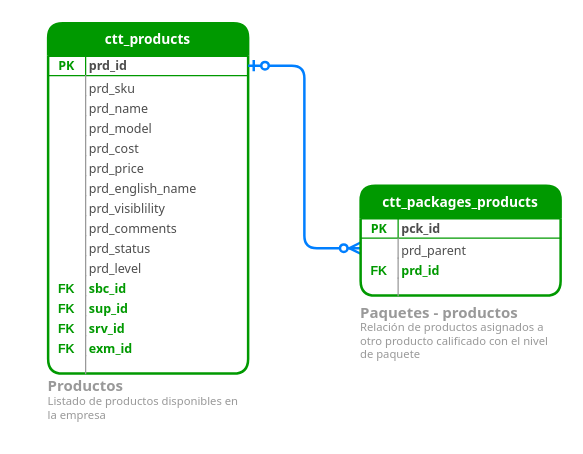
The draw.io diagram page "Paquetes" (5 of 5) of _desarrollo/archivos_info/CTTRentals entidad relacion.drawio in juarezjorr/TesteoCire, before the edit. Source tidied: cells renumbered, new cells numbered last; positions are measured from the earlier drawing's top-left corner, leaving out a move shared by most shapes. Both pictures are drawn from the tidied source at 125%, with x=0, y=0 at pixel (48, 22).
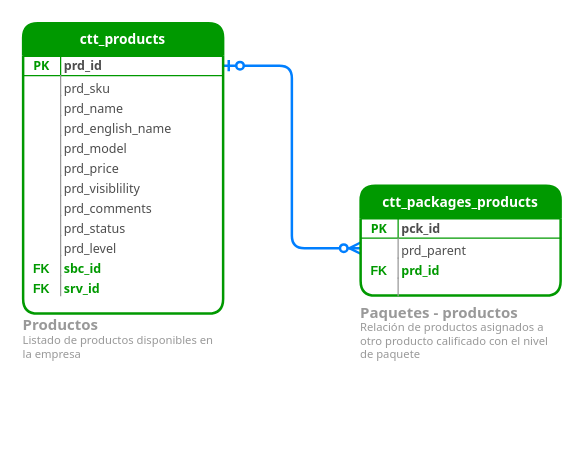
After the change.

Diff of the diagram source:
```diff
@@
-    <mxCell id="2" style="group;" parent="1" vertex="1">
-      <mxGeometry width="160" height="322.3" as="geometry" />
-    </mxCell>
-    <mxCell id="3" value="ctt_products" style="swimlane;fontStyle=1;horizontal=1;startSize=26;swimlaneFillColor=#ffffff;align=center;fontSize=11;strokeWidth=2;rounded=1;fontColor=#FFFFFF;fontFamily=Tahoma;fillColor=#009900;strokeColor=#009900;" parent="2" vertex="1">
-      <mxGeometry width="160" height="280.3" as="geometry" />
-    </mxCell>
-    <mxCell id="4" value="prd_id" style="shape=partialRectangle;top=0;left=0;right=0;bottom=1;align=left;verticalAlign=middle;fillColor=none;spacingLeft=33;spacingRight=0;overflow=hidden;points=[[0,0.5],[1,0.5]];portConstraint=eastwest;fontStyle=1;fontSize=10;fontFamily=Tahoma;strokeColor=#009900;spacing=0;fontColor=#4D4D4D;" parent="3" vertex="1">
-      <mxGeometry y="26" width="160" height="16" as="geometry" />
-    </mxCell>
-    <mxCell id="5" value="PK" style="shape=partialRectangle;top=0;left=0;bottom=0;fillColor=none;align=center;verticalAlign=middle;spacingLeft=0;spacingRight=0;overflow=hidden;fontSize=10;fontFamily=Tahoma;fontStyle=1;strokeColor=#009900;fontColor=#009900;spacing=0;" parent="4" vertex="1">
-      <mxGeometry width="30" height="16" as="geometry" />
-    </mxCell>
-    <mxCell id="6" value="prd_sku" style="shape=partialRectangle;top=0;left=0;right=0;bottom=0;align=left;verticalAlign=top;fillColor=none;spacingLeft=33;spacingRight=0;overflow=hidden;fontSize=10;fontFamily=Tahoma;spacing=0;dashed=1;strokeColor=#80A9E3;fontColor=#4D4D4D;" parent="3" vertex="1">
-      <mxGeometry y="42" width="160" height="16" as="geometry" />
-    </mxCell>
-    <mxCell id="7" style="shape=partialRectangle;top=0;left=0;bottom=0;fillColor=none;align=left;verticalAlign=top;spacingLeft=4;spacingRight=4;overflow=hidden;fontSize=12;strokeColor=#999999;" parent="6" vertex="1">
-      <mxGeometry width="30" height="16" as="geometry" />
-    </mxCell>
-    <mxCell id="8" value="prd_name" style="shape=partialRectangle;top=0;left=0;right=0;bottom=0;align=left;verticalAlign=top;fillColor=none;spacingLeft=33;spacingRight=0;overflow=hidden;fontSize=10;fontFamily=Tahoma;spacing=0;dashed=1;strokeColor=#80A9E3;fontColor=#4D4D4D;" parent="3" vertex="1">
-      <mxGeometry y="58" width="160" height="16" as="geometry" />
-    </mxCell>
-    <mxCell id="9" style="shape=partialRectangle;top=0;left=0;bottom=0;fillColor=none;align=left;verticalAlign=top;spacingLeft=4;spacingRight=4;overflow=hidden;fontSize=12;strokeColor=#999999;" parent="8" vertex="1">
-      <mxGeometry width="30" height="16" as="geometry" />
-    </mxCell>
-    <mxCell id="10" value="prd_model" style="shape=partialRectangle;top=0;left=0;right=0;bottom=0;align=left;verticalAlign=top;fillColor=none;spacingLeft=33;spacingRight=0;overflow=hidden;fontSize=10;fontFamily=Tahoma;spacing=0;dashed=1;strokeColor=#80A9E3;fontColor=#4D4D4D;" parent="3" vertex="1">
-      <mxGeometry y="74" width="160" height="16" as="geometry" />
-    </mxCell>
-    <mxCell id="11" style="shape=partialRectangle;top=0;left=0;bottom=0;fillColor=none;align=left;verticalAlign=top;spacingLeft=4;spacingRight=4;overflow=hidden;fontSize=12;strokeColor=#999999;" parent="10" vertex="1">
-      <mxGeometry width="30" height="16" as="geometry" />
-    </mxCell>
-    <mxCell id="12" value="prd_cost" style="shape=partialRectangle;top=0;left=0;right=0;bottom=0;align=left;verticalAlign=top;fillColor=none;spacingLeft=33;spacingRight=0;overflow=hidden;fontSize=10;fontFamily=Tahoma;spacing=0;dashed=1;strokeColor=#80A9E3;fontColor=#4D4D4D;" parent="3" vertex="1">
-      <mxGeometry y="90" width="160" height="16" as="geometry" />
-    </mxCell>
-    <mxCell id="13" style="shape=partialRectangle;top=0;left=0;bottom=0;fillColor=none;align=left;verticalAlign=top;spacingLeft=4;spacingRight=4;overflow=hidden;fontSize=12;strokeColor=#999999;" parent="12" vertex="1">
-      <mxGeometry width="30" height="16" as="geometry" />
-    </mxCell>
-    <mxCell id="14" value="prd_price" style="shape=partialRectangle;top=0;left=0;right=0;bottom=0;align=left;verticalAlign=top;fillColor=none;spacingLeft=33;spacingRight=0;overflow=hidden;fontSize=10;fontFamily=Tahoma;spacing=0;dashed=1;strokeColor=#80A9E3;fontColor=#4D4D4D;" parent="3" vertex="1">
-      <mxGeometry y="106" width="160" height="16" as="geometry" />
-    </mxCell>
-    <mxCell id="15" style="shape=partialRectangle;top=0;left=0;bottom=0;fillColor=none;align=left;verticalAlign=top;spacingLeft=4;spacingRight=4;overflow=hidden;fontSize=12;strokeColor=#999999;" parent="14" vertex="1">
-      <mxGeometry width="30" height="16" as="geometry" />
-    </mxCell>
-    <mxCell id="16" value="prd_english_name" style="shape=partialRectangle;top=0;left=0;right=0;bottom=0;align=left;verticalAlign=top;fillColor=none;spacingLeft=33;spacingRight=0;overflow=hidden;fontSize=10;fontFamily=Tahoma;spacing=0;dashed=1;strokeColor=#80A9E3;fontColor=#4D4D4D;" parent="3" vertex="1">
-      <mxGeometry y="122" width="160" height="16" as="geometry" />
-    </mxCell>
-    <mxCell id="17" style="shape=partialRectangle;top=0;left=0;bottom=0;fillColor=none;align=left;verticalAlign=top;spacingLeft=4;spacingRight=4;overflow=hidden;fontSize=12;strokeColor=#999999;" parent="16" vertex="1">
-      <mxGeometry width="30" height="16" as="geometry" />
-    </mxCell>
-    <mxCell id="18" value="prd_visiblility" style="shape=partialRectangle;top=0;left=0;right=0;bottom=0;align=left;verticalAlign=top;fillColor=none;spacingLeft=33;spacingRight=0;overflow=hidden;fontSize=10;fontFamily=Tahoma;spacing=0;dashed=1;strokeColor=#80A9E3;fontColor=#4D4D4D;" parent="3" vertex="1">
-      <mxGeometry y="138" width="160" height="16" as="geometry" />
-    </mxCell>
-    <mxCell id="19" style="shape=partialRectangle;top=0;left=0;bottom=0;fillColor=none;align=left;verticalAlign=top;spacingLeft=4;spacingRight=4;overflow=hidden;fontSize=12;strokeColor=#999999;" parent="18" vertex="1">
-      <mxGeometry width="30" height="16" as="geometry" />
-    </mxCell>
-    <mxCell id="20" value="prd_comments" style="shape=partialRectangle;top=0;left=0;right=0;bottom=0;align=left;verticalAlign=top;fillColor=none;spacingLeft=33;spacingRight=0;overflow=hidden;fontSize=10;fontFamily=Tahoma;spacing=0;dashed=1;strokeColor=#80A9E3;fontColor=#4D4D4D;" parent="3" vertex="1">
-      <mxGeometry y="154" width="160" height="16" as="geometry" />
-    </mxCell>
-    <mxCell id="21" style="shape=partialRectangle;top=0;left=0;bottom=0;fillColor=none;align=left;verticalAlign=top;spacingLeft=4;spacingRight=4;overflow=hidden;fontSize=12;strokeColor=#999999;" parent="20" vertex="1">
-      <mxGeometry width="30" height="16" as="geometry" />
-    </mxCell>
-    <mxCell id="22" value="prd_status" style="shape=partialRectangle;top=0;left=0;right=0;bottom=0;align=left;verticalAlign=top;fillColor=none;spacingLeft=33;spacingRight=0;overflow=hidden;fontSize=10;fontFamily=Tahoma;spacing=0;dashed=1;strokeColor=#80A9E3;fontColor=#4D4D4D;" parent="3" vertex="1">
-      <mxGeometry y="170" width="160" height="16" as="geometry" />
-    </mxCell>
-    <mxCell id="23" style="shape=partialRectangle;top=0;left=0;bottom=0;fillColor=none;align=left;verticalAlign=top;spacingLeft=4;spacingRight=4;overflow=hidden;fontSize=12;strokeColor=#999999;" parent="22" vertex="1">
-      <mxGeometry width="30" height="16" as="geometry" />
-    </mxCell>
-    <mxCell id="24" value="prd_level" style="shape=partialRectangle;top=0;left=0;right=0;bottom=0;align=left;verticalAlign=top;fillColor=none;spacingLeft=33;spacingRight=0;overflow=hidden;fontSize=10;fontFamily=Tahoma;spacing=0;dashed=1;strokeColor=#80A9E3;fontColor=#4D4D4D;" parent="3" vertex="1">
-      <mxGeometry y="186" width="160" height="16" as="geometry" />
-    </mxCell>
-    <mxCell id="25" style="shape=partialRectangle;top=0;left=0;bottom=0;fillColor=none;align=left;verticalAlign=top;spacingLeft=4;spacingRight=4;overflow=hidden;fontSize=12;strokeColor=#999999;" parent="24" vertex="1">
-      <mxGeometry width="30" height="16" as="geometry" />
-    </mxCell>
-    <mxCell id="26" value="sbc_id" style="shape=partialRectangle;top=0;left=0;right=0;bottom=0;align=left;verticalAlign=top;fillColor=none;spacingLeft=33;spacingRight=0;overflow=hidden;fontSize=10;fontFamily=Tahoma;spacing=0;fontStyle=1;fontColor=#009900;" parent="3" vertex="1">
-      <mxGeometry y="202" width="160" height="16" as="geometry" />
-    </mxCell>
-    <mxCell id="27" value="FK" style="shape=partialRectangle;top=0;left=0;bottom=0;fillColor=none;align=center;verticalAlign=top;spacingLeft=0;spacingRight=0;overflow=hidden;fontSize=10;fontStyle=1;strokeColor=#999999;fontColor=#009900;spacing=0;" parent="26" vertex="1">
-      <mxGeometry width="30" height="16" as="geometry" />
-    </mxCell>
-    <mxCell id="28" value="sup_id" style="shape=partialRectangle;top=0;left=0;right=0;bottom=0;align=left;verticalAlign=top;fillColor=none;spacingLeft=33;spacingRight=0;overflow=hidden;fontSize=10;fontFamily=Tahoma;spacing=0;fontStyle=1;fontColor=#009900;" parent="3" vertex="1">
-      <mxGeometry y="218" width="160" height="16" as="geometry" />
-    </mxCell>
-    <mxCell id="29" value="FK" style="shape=partialRectangle;top=0;left=0;bottom=0;fillColor=none;align=center;verticalAlign=top;spacingLeft=0;spacingRight=0;overflow=hidden;fontSize=10;fontStyle=1;strokeColor=#999999;fontColor=#009900;spacing=0;" parent="28" vertex="1">
-      <mxGeometry width="30" height="16" as="geometry" />
-    </mxCell>
-    <mxCell id="30" value="srv_id" style="shape=partialRectangle;top=0;left=0;right=0;bottom=0;align=left;verticalAlign=top;fillColor=none;spacingLeft=33;spacingRight=0;overflow=hidden;fontSize=10;fontFamily=Tahoma;spacing=0;fontStyle=1;fontColor=#009900;" parent="3" vertex="1">
-      <mxGeometry y="234" width="160" height="16" as="geometry" />
-    </mxCell>
-    <mxCell id="31" value="FK" style="shape=partialRectangle;top=0;left=0;bottom=0;fillColor=none;align=center;verticalAlign=top;spacingLeft=0;spacingRight=0;overflow=hidden;fontSize=10;fontStyle=1;strokeColor=#999999;fontColor=#009900;spacing=0;" parent="30" vertex="1">
-      <mxGeometry width="30" height="16" as="geometry" />
-    </mxCell>
-    <mxCell id="32" value="exm_id" style="shape=partialRectangle;top=0;left=0;right=0;bottom=0;align=left;verticalAlign=top;fillColor=none;spacingLeft=33;spacingRight=0;overflow=hidden;fontSize=10;fontFamily=Tahoma;spacing=0;fontStyle=1;fontColor=#009900;" parent="3" vertex="1">
-      <mxGeometry y="250" width="160" height="16" as="geometry" />
-    </mxCell>
-    <mxCell id="33" value="FK" style="shape=partialRectangle;top=0;left=0;bottom=0;fillColor=none;align=center;verticalAlign=top;spacingLeft=0;spacingRight=0;overflow=hidden;fontSize=10;fontStyle=1;strokeColor=#999999;fontColor=#009900;spacing=0;" parent="32" vertex="1">
-      <mxGeometry width="30" height="16" as="geometry" />
-    </mxCell>
-    <mxCell id="34" style="shape=partialRectangle;top=0;left=0;right=0;bottom=0;align=left;verticalAlign=top;fillColor=none;spacingLeft=33;spacingRight=3;overflow=hidden;fontSize=10;fontFamily=Tahoma;spacing=2;" parent="3" vertex="1">
-      <mxGeometry y="266" width="160" height="14.3" as="geometry" />
-    </mxCell>
-    <mxCell id="35" style="shape=partialRectangle;top=0;left=0;bottom=0;fillColor=none;align=left;verticalAlign=top;spacingLeft=4;spacingRight=4;overflow=hidden;fontSize=12;strokeColor=#999999;" parent="34" vertex="1">
-      <mxGeometry width="30" height="14.3" as="geometry" />
-    </mxCell>
-    <mxCell id="36" value="&lt;h4&gt;&lt;font style=&quot;line-height: 0%&quot;&gt;&lt;span style=&quot;font-size: 12px&quot;&gt;Productos&lt;br&gt;&lt;/span&gt;&lt;/font&gt;&lt;span style=&quot;font-weight: 400&quot;&gt;Listado de productos disponibles en la empresa&lt;/span&gt;&lt;/h4&gt;" style="text;html=1;strokeColor=none;fillColor=none;spacing=0;spacingTop=-13;whiteSpace=wrap;overflow=hidden;rounded=0;fontFamily=Tahoma;fontSize=9;fontColor=#999999;fontStyle=0;" parent="2" vertex="1">
-      <mxGeometry y="283" width="160" height="39.3" as="geometry" />
-    </mxCell>
@@
+    <mxCell id="49" style="group;" parent="1" vertex="1">
+      <mxGeometry x="-20" width="160" height="273.3" as="geometry" />
+    </mxCell>
+    <mxCell id="36" value="&lt;h4&gt;&lt;font style=&quot;line-height: 0%&quot;&gt;&lt;span style=&quot;font-size: 12px&quot;&gt;Productos&lt;br&gt;&lt;/span&gt;&lt;/font&gt;&lt;span style=&quot;font-weight: 400&quot;&gt;Listado de productos disponibles en la empresa&lt;/span&gt;&lt;/h4&gt;" style="text;html=1;strokeColor=none;fillColor=none;spacing=0;spacingTop=-13;whiteSpace=wrap;overflow=hidden;rounded=0;fontFamily=Tahoma;fontSize=9;fontColor=#999999;fontStyle=0;" parent="49" vertex="1">
+      <mxGeometry y="234" width="160" height="39.3" as="geometry" />
+    </mxCell>
+    <mxCell id="50" style="group;" parent="49" vertex="1">
+      <mxGeometry width="160" height="232.3" as="geometry" />
+    </mxCell>
+    <mxCell id="3" value="ctt_products" style="swimlane;fontStyle=1;horizontal=1;startSize=26;swimlaneFillColor=#ffffff;align=center;fontSize=11;strokeWidth=2;rounded=1;fontColor=#FFFFFF;fontFamily=Tahoma;fillColor=#009900;strokeColor=#009900;" parent="50" vertex="1">
+      <mxGeometry width="160" height="232.3" as="geometry" />
+    </mxCell>
+    <mxCell id="4" value="prd_id" style="shape=partialRectangle;top=0;left=0;right=0;bottom=1;align=left;verticalAlign=middle;fillColor=none;spacingLeft=33;spacingRight=0;overflow=hidden;points=[[0,0.5],[1,0.5]];portConstraint=eastwest;fontStyle=1;fontSize=10;fontFamily=Tahoma;strokeColor=#009900;spacing=0;fontColor=#4D4D4D;" parent="50" vertex="1">
+      <mxGeometry y="26" width="160" height="16" as="geometry" />
+    </mxCell>
+    <mxCell id="5" value="PK" style="shape=partialRectangle;top=0;left=0;bottom=0;fillColor=none;align=center;verticalAlign=middle;spacingLeft=0;spacingRight=0;overflow=hidden;fontSize=10;fontFamily=Tahoma;fontStyle=1;strokeColor=#009900;fontColor=#009900;spacing=0;" parent="4" vertex="1">
+      <mxGeometry width="30" height="16" as="geometry" />
+    </mxCell>
+    <mxCell id="6" value="prd_sku" style="shape=partialRectangle;top=0;left=0;right=0;bottom=0;align=left;verticalAlign=top;fillColor=none;spacingLeft=33;spacingRight=0;overflow=hidden;fontSize=10;fontFamily=Tahoma;spacing=0;dashed=1;strokeColor=#80A9E3;fontColor=#4D4D4D;" parent="50" vertex="1">
+      <mxGeometry y="42" width="160" height="16" as="geometry" />
+    </mxCell>
+    <mxCell id="51" style="shape=partialRectangle;top=0;left=0;bottom=0;fillColor=none;align=left;verticalAlign=top;spacingLeft=4;spacingRight=4;overflow=hidden;fontSize=12;strokeColor=#999999;" parent="6" vertex="1">
+      <mxGeometry width="30" height="16" as="geometry" />
+    </mxCell>
+    <mxCell id="8" value="prd_name" style="shape=partialRectangle;top=0;left=0;right=0;bottom=0;align=left;verticalAlign=top;fillColor=none;spacingLeft=33;spacingRight=0;overflow=hidden;fontSize=10;fontFamily=Tahoma;spacing=0;dashed=1;strokeColor=#80A9E3;fontColor=#4D4D4D;" parent="50" vertex="1">
+      <mxGeometry y="58" width="160" height="16" as="geometry" />
+    </mxCell>
+    <mxCell id="52" style="shape=partialRectangle;top=0;left=0;bottom=0;fillColor=none;align=left;verticalAlign=top;spacingLeft=4;spacingRight=4;overflow=hidden;fontSize=12;strokeColor=#999999;" parent="8" vertex="1">
+      <mxGeometry width="30" height="16" as="geometry" />
+    </mxCell>
+    <mxCell id="16" value="prd_english_name" style="shape=partialRectangle;top=0;left=0;right=0;bottom=0;align=left;verticalAlign=top;fillColor=none;spacingLeft=33;spacingRight=0;overflow=hidden;fontSize=10;fontFamily=Tahoma;spacing=0;dashed=1;strokeColor=#80A9E3;fontColor=#4D4D4D;" parent="50" vertex="1">
+      <mxGeometry y="74" width="160" height="16" as="geometry" />
+    </mxCell>
+    <mxCell id="53" style="shape=partialRectangle;top=0;left=0;bottom=0;fillColor=none;align=left;verticalAlign=top;spacingLeft=4;spacingRight=4;overflow=hidden;fontSize=12;strokeColor=#999999;" parent="16" vertex="1">
+      <mxGeometry width="30" height="16" as="geometry" />
+    </mxCell>
+    <mxCell id="10" value="prd_model" style="shape=partialRectangle;top=0;left=0;right=0;bottom=0;align=left;verticalAlign=top;fillColor=none;spacingLeft=33;spacingRight=0;overflow=hidden;fontSize=10;fontFamily=Tahoma;spacing=0;dashed=1;strokeColor=#80A9E3;fontColor=#4D4D4D;" parent="50" vertex="1">
+      <mxGeometry y="90" width="160" height="16" as="geometry" />
+    </mxCell>
+    <mxCell id="54" style="shape=partialRectangle;top=0;left=0;bottom=0;fillColor=none;align=left;verticalAlign=top;spacingLeft=4;spacingRight=4;overflow=hidden;fontSize=12;strokeColor=#999999;" parent="10" vertex="1">
+      <mxGeometry width="30" height="16" as="geometry" />
+    </mxCell>
+    <mxCell id="14" value="prd_price" style="shape=partialRectangle;top=0;left=0;right=0;bottom=0;align=left;verticalAlign=top;fillColor=none;spacingLeft=33;spacingRight=0;overflow=hidden;fontSize=10;fontFamily=Tahoma;spacing=0;dashed=1;strokeColor=#80A9E3;fontColor=#4D4D4D;" parent="50" vertex="1">
+      <mxGeometry y="106" width="160" height="16" as="geometry" />
+    </mxCell>
+    <mxCell id="55" style="shape=partialRectangle;top=0;left=0;bottom=0;fillColor=none;align=left;verticalAlign=top;spacingLeft=4;spacingRight=4;overflow=hidden;fontSize=12;strokeColor=#999999;" parent="14" vertex="1">
+      <mxGeometry width="30" height="16" as="geometry" />
+    </mxCell>
+    <mxCell id="18" value="prd_visiblility" style="shape=partialRectangle;top=0;left=0;right=0;bottom=0;align=left;verticalAlign=top;fillColor=none;spacingLeft=33;spacingRight=0;overflow=hidden;fontSize=10;fontFamily=Tahoma;spacing=0;dashed=1;strokeColor=#80A9E3;fontColor=#4D4D4D;" parent="50" vertex="1">
+      <mxGeometry y="122" width="160" height="16" as="geometry" />
+    </mxCell>
+    <mxCell id="56" style="shape=partialRectangle;top=0;left=0;bottom=0;fillColor=none;align=left;verticalAlign=top;spacingLeft=4;spacingRight=4;overflow=hidden;fontSize=12;strokeColor=#999999;" parent="18" vertex="1">
+      <mxGeometry width="30" height="16" as="geometry" />
+    </mxCell>
+    <mxCell id="20" value="prd_comments" style="shape=partialRectangle;top=0;left=0;right=0;bottom=0;align=left;verticalAlign=top;fillColor=none;spacingLeft=33;spacingRight=0;overflow=hidden;fontSize=10;fontFamily=Tahoma;spacing=0;dashed=1;strokeColor=#80A9E3;fontColor=#4D4D4D;" parent="50" vertex="1">
+      <mxGeometry y="138" width="160" height="16" as="geometry" />
+    </mxCell>
+    <mxCell id="57" style="shape=partialRectangle;top=0;left=0;bottom=0;fillColor=none;align=left;verticalAlign=top;spacingLeft=4;spacingRight=4;overflow=hidden;fontSize=12;strokeColor=#999999;" parent="20" vertex="1">
+      <mxGeometry width="30" height="16" as="geometry" />
+    </mxCell>
+    <mxCell id="22" value="prd_status" style="shape=partialRectangle;top=0;left=0;right=0;bottom=0;align=left;verticalAlign=top;fillColor=none;spacingLeft=33;spacingRight=0;overflow=hidden;fontSize=10;fontFamily=Tahoma;spacing=0;dashed=1;strokeColor=#80A9E3;fontColor=#4D4D4D;" parent="50" vertex="1">
+      <mxGeometry y="154" width="160" height="16" as="geometry" />
+    </mxCell>
+    <mxCell id="58" style="shape=partialRectangle;top=0;left=0;bottom=0;fillColor=none;align=left;verticalAlign=top;spacingLeft=4;spacingRight=4;overflow=hidden;fontSize=12;strokeColor=#999999;" parent="22" vertex="1">
+      <mxGeometry width="30" height="16" as="geometry" />
+    </mxCell>
+    <mxCell id="24" value="prd_level" style="shape=partialRectangle;top=0;left=0;right=0;bottom=0;align=left;verticalAlign=top;fillColor=none;spacingLeft=33;spacingRight=0;overflow=hidden;fontSize=10;fontFamily=Tahoma;spacing=0;dashed=1;strokeColor=#80A9E3;fontColor=#4D4D4D;" parent="50" vertex="1">
+      <mxGeometry y="170" width="160" height="16" as="geometry" />
+    </mxCell>
+    <mxCell id="59" style="shape=partialRectangle;top=0;left=0;bottom=0;fillColor=none;align=left;verticalAlign=top;spacingLeft=4;spacingRight=4;overflow=hidden;fontSize=12;strokeColor=#999999;" parent="24" vertex="1">
+      <mxGeometry width="30" height="16" as="geometry" />
+    </mxCell>
+    <mxCell id="26" value="sbc_id" style="shape=partialRectangle;top=0;left=0;right=0;bottom=0;align=left;verticalAlign=top;fillColor=none;spacingLeft=33;spacingRight=0;overflow=hidden;fontSize=10;fontFamily=Tahoma;spacing=0;fontStyle=1;fontColor=#009900;" parent="50" vertex="1">
+      <mxGeometry y="186" width="160" height="16" as="geometry" />
+    </mxCell>
+    <mxCell id="60" value="FK" style="shape=partialRectangle;top=0;left=0;bottom=0;fillColor=none;align=center;verticalAlign=top;spacingLeft=0;spacingRight=0;overflow=hidden;fontSize=10;fontStyle=1;strokeColor=#999999;fontColor=#009900;spacing=0;" parent="26" vertex="1">
+      <mxGeometry width="30" height="16" as="geometry" />
+    </mxCell>
+    <mxCell id="30" value="srv_id" style="shape=partialRectangle;top=0;left=0;right=0;bottom=0;align=left;verticalAlign=top;fillColor=none;spacingLeft=33;spacingRight=0;overflow=hidden;fontSize=10;fontFamily=Tahoma;spacing=0;fontStyle=1;fontColor=#009900;" parent="50" vertex="1">
+      <mxGeometry y="202" width="160" height="16" as="geometry" />
+    </mxCell>
+    <mxCell id="61" value="FK" style="shape=partialRectangle;top=0;left=0;bottom=0;fillColor=none;align=center;verticalAlign=top;spacingLeft=0;spacingRight=0;overflow=hidden;fontSize=10;fontStyle=1;strokeColor=#999999;fontColor=#009900;spacing=0;" parent="30" vertex="1">
+      <mxGeometry width="30" height="16" as="geometry" />
+    </mxCell>
```
